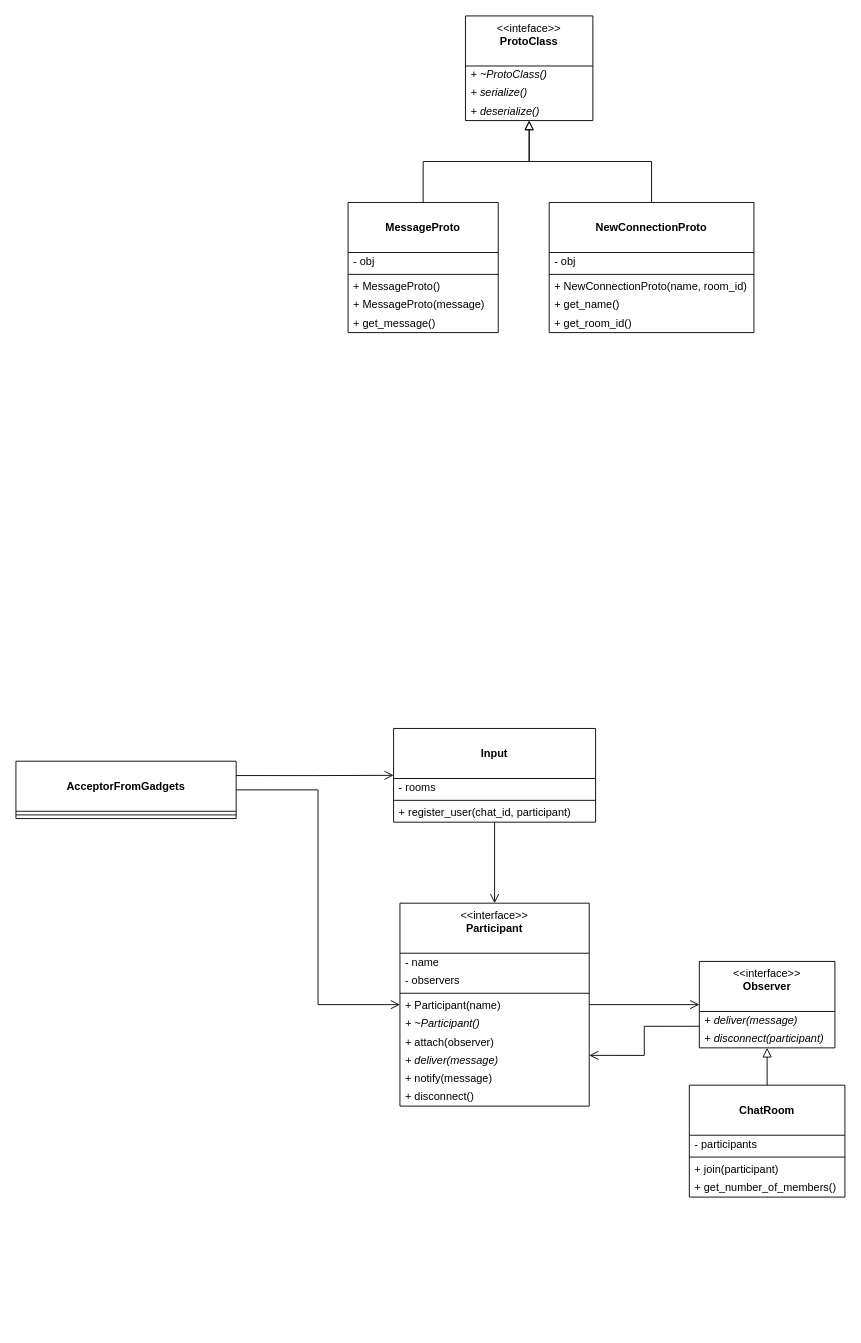
The draw.io diagram page "Server Code" (3 of 6) of Speaky.drawio in Foxyman-sama/Speaky, before the edit. Source tidied: cells renumbered, new cells numbered last; positions are measured from the earlier drawing's top-left corner, leaving out a move shared by most shapes. Both pictures are drawn from the tidied source at 91%, with x=0, y=0 at pixel (15, 15).
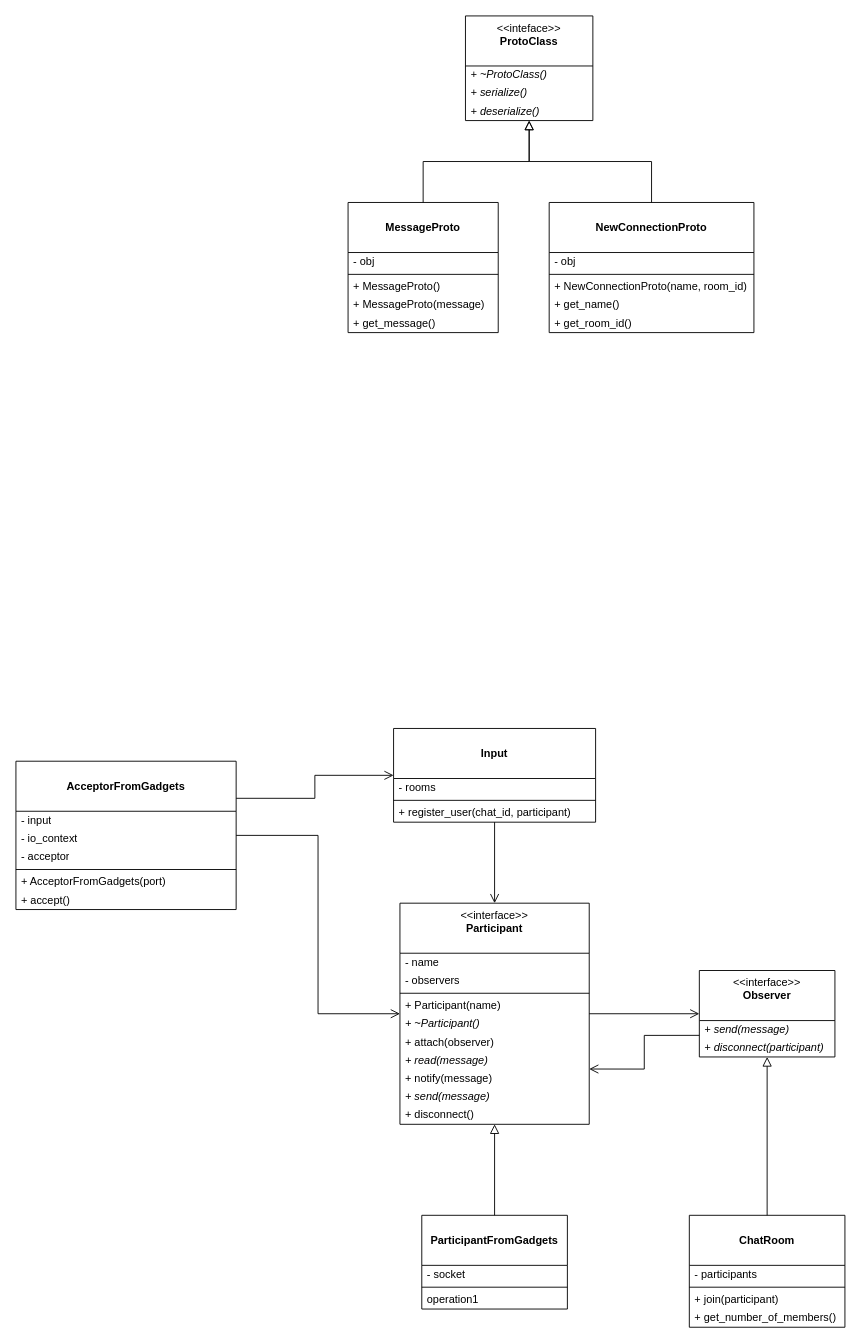
The same page after the edit.

Commit message (it also covers changes not shown here):
refactoring(acceptor_from_gadgets): make names more logical

What changed in the source:
```diff
@@
     <mxCell id="6" value="&lt;div&gt;&lt;b&gt;&lt;br&gt;&lt;/b&gt;&lt;/div&gt;&lt;b&gt;AcceptorFromGadgets&lt;/b&gt;&lt;br&gt;&lt;div&gt;&lt;br&gt;&lt;/div&gt;" style="swimlane;fontStyle=0;align=center;verticalAlign=top;horizontal=1;startSize=55;html=1;whiteSpace=wrap;" parent="1" vertex="1">
-      <mxGeometry y="819" width="242" height="63" as="geometry" />
+      <mxGeometry y="819" width="242" height="163" as="geometry" />
     </mxCell>
+    <mxCell id="53" value="- input" style="text;html=1;strokeColor=none;fillColor=none;align=left;verticalAlign=middle;spacingLeft=4;spacingRight=4;overflow=hidden;whiteSpace=wrap;" parent="6" vertex="1">
+      <mxGeometry y="55" width="242" height="20" as="geometry" />
+    </mxCell>
+    <mxCell id="54" value="- io_context" style="text;html=1;strokeColor=none;fillColor=none;align=left;verticalAlign=middle;spacingLeft=4;spacingRight=4;overflow=hidden;whiteSpace=wrap;" parent="6" vertex="1">
+      <mxGeometry y="75" width="242" height="20" as="geometry" />
+    </mxCell>
+    <mxCell id="55" value="- acceptor" style="text;html=1;strokeColor=none;fillColor=none;align=left;verticalAlign=middle;spacingLeft=4;spacingRight=4;overflow=hidden;whiteSpace=wrap;" parent="6" vertex="1">
+      <mxGeometry y="95" width="242" height="20" as="geometry" />
+    </mxCell>
     <mxCell id="7" style="line;strokeWidth=1;fillColor=none;align=left;verticalAlign=middle;spacingTop=-1;spacingLeft=3;spacingRight=3;labelPosition=right;" parent="6" vertex="1">
-      <mxGeometry y="55" width="242" height="8" as="geometry" />
+      <mxGeometry y="115" width="242" height="8" as="geometry" />
     </mxCell>
+    <mxCell id="56" value="+ AcceptorFromGadgets(port)" style="text;html=1;strokeColor=none;fillColor=none;align=left;verticalAlign=middle;spacingLeft=4;spacingRight=4;overflow=hidden;whiteSpace=wrap;" parent="6" vertex="1">
+      <mxGeometry y="123" width="242" height="20" as="geometry" />
+    </mxCell>
+    <mxCell id="57" value="+ accept()" style="text;html=1;strokeColor=none;fillColor=none;align=left;verticalAlign=middle;spacingLeft=4;spacingRight=4;overflow=hidden;whiteSpace=wrap;" parent="6" vertex="1">
+      <mxGeometry y="143" width="242" height="20" as="geometry" />
+    </mxCell>
     <mxCell id="8" value="&amp;lt;&amp;lt;interface&amp;gt;&amp;gt;&lt;br&gt;&lt;b&gt;Participant&lt;/b&gt;&lt;div&gt;&lt;br&gt;&lt;/div&gt;" style="swimlane;fontStyle=0;align=center;verticalAlign=top;horizontal=1;startSize=55;html=1;whiteSpace=wrap;" parent="1" vertex="1">
-      <mxGeometry x="422" y="975" width="208" height="223" as="geometry" />
+      <mxGeometry x="422" y="975" width="208" height="243" as="geometry" />
     </mxCell>
@@
-    <mxCell id="15" value="&lt;i&gt;+ deliver(message)&lt;/i&gt;" style="text;html=1;strokeColor=none;fillColor=none;align=left;verticalAlign=middle;spacingLeft=4;spacingRight=4;overflow=hidden;whiteSpace=wrap;" parent="8" vertex="1">
+    <mxCell id="15" value="&lt;i&gt;+ read(message)&lt;/i&gt;" style="text;html=1;strokeColor=none;fillColor=none;align=left;verticalAlign=middle;spacingLeft=4;spacingRight=4;overflow=hidden;whiteSpace=wrap;" parent="8" vertex="1">
       <mxGeometry y="163" width="208" height="20" as="geometry" />
     </mxCell>
@@
+    <mxCell id="58" value="&lt;i&gt;+ send(message)&lt;/i&gt;" style="text;html=1;strokeColor=none;fillColor=none;align=left;verticalAlign=middle;spacingLeft=4;spacingRight=4;overflow=hidden;whiteSpace=wrap;" parent="8" vertex="1">
+      <mxGeometry y="203" width="208" height="20" as="geometry" />
+    </mxCell>
     <mxCell id="17" value="+ disconnect()" style="text;html=1;strokeColor=none;fillColor=none;align=left;verticalAlign=middle;spacingLeft=4;spacingRight=4;overflow=hidden;whiteSpace=wrap;" parent="8" vertex="1">
-      <mxGeometry y="203" width="208" height="20" as="geometry" />
+      <mxGeometry y="223" width="208" height="20" as="geometry" />
     </mxCell>
@@
     <mxCell id="21" value="&lt;div&gt;&amp;lt;&amp;lt;interface&amp;gt;&amp;gt;&lt;/div&gt;&lt;div&gt;&lt;b&gt;Observer&lt;/b&gt;&lt;/div&gt;" style="swimlane;fontStyle=0;align=center;verticalAlign=top;horizontal=1;startSize=55;html=1;whiteSpace=wrap;" parent="1" vertex="1">
-      <mxGeometry x="751" y="1039" width="149" height="95" as="geometry" />
+      <mxGeometry x="751" y="1049" width="149" height="95" as="geometry" />
     </mxCell>
-    <mxCell id="22" value="&lt;i&gt;+ deliver(message)&lt;/i&gt;" style="text;html=1;strokeColor=none;fillColor=none;align=left;verticalAlign=middle;spacingLeft=4;spacingRight=4;overflow=hidden;whiteSpace=wrap;" parent="21" vertex="1">
+    <mxCell id="22" value="&lt;i&gt;+ send(message)&lt;/i&gt;" style="text;html=1;strokeColor=none;fillColor=none;align=left;verticalAlign=middle;spacingLeft=4;spacingRight=4;overflow=hidden;whiteSpace=wrap;" parent="21" vertex="1">
       <mxGeometry y="55" width="149" height="20" as="geometry" />
     </mxCell>
@@
     <mxCell id="25" value="&lt;div&gt;&lt;b&gt;&lt;br&gt;&lt;/b&gt;&lt;/div&gt;&lt;b&gt;ChatRoom&lt;/b&gt;&lt;div&gt;&lt;br&gt;&lt;/div&gt;" style="swimlane;fontStyle=0;align=center;verticalAlign=top;horizontal=1;startSize=55;html=1;whiteSpace=wrap;" parent="1" vertex="1">
-      <mxGeometry x="740" y="1175" width="171" height="123" as="geometry" />
+      <mxGeometry x="740" y="1318" width="171" height="123" as="geometry" />
     </mxCell>
@@
+    <mxCell id="59" value="&lt;div&gt;&lt;b&gt;&lt;br&gt;&lt;/b&gt;&lt;/div&gt;&lt;b&gt;ParticipantFromGadgets&lt;/b&gt;&lt;br&gt;&lt;div&gt;&lt;br&gt;&lt;/div&gt;" style="swimlane;fontStyle=0;align=center;verticalAlign=top;horizontal=1;startSize=55;html=1;whiteSpace=wrap;" parent="1" vertex="1">
+      <mxGeometry x="446" y="1318" width="160" height="103" as="geometry" />
+    </mxCell>
+    <mxCell id="60" value="- socket" style="text;html=1;strokeColor=none;fillColor=none;align=left;verticalAlign=middle;spacingLeft=4;spacingRight=4;overflow=hidden;whiteSpace=wrap;" parent="59" vertex="1">
+      <mxGeometry y="55" width="160" height="20" as="geometry" />
+    </mxCell>
+    <mxCell id="61" style="line;strokeWidth=1;fillColor=none;align=left;verticalAlign=middle;spacingTop=-1;spacingLeft=3;spacingRight=3;labelPosition=right;" parent="59" vertex="1">
+      <mxGeometry y="75" width="160" height="8" as="geometry" />
+    </mxCell>
+    <mxCell id="62" value="operation1" style="text;html=1;strokeColor=none;fillColor=none;align=left;verticalAlign=middle;spacingLeft=4;spacingRight=4;overflow=hidden;whiteSpace=wrap;" parent="59" vertex="1">
+      <mxGeometry y="83" width="160" height="20" as="geometry" />
+    </mxCell>
+    <mxCell id="63" style="endArrow=block;html=1;rounded=0;align=center;verticalAlign=bottom;endFill=0;labelBackgroundColor=none;endSize=8;edgeStyle=orthogonalEdgeStyle;exitX=0.5;exitY=0;exitDx=0;exitDy=0;entryX=0.5;entryY=1;entryDx=0;entryDy=0;" parent="1" edge="1" source="59" target="8">
+      <mxGeometry relative="1" as="geometry" />
+    </mxCell>
+    <mxCell id="64" style="html=1;align=center;verticalAlign=top;labelBackgroundColor=none;" parent="63" vertex="1">
+      <mxGeometry relative="1" as="geometry" />
+    </mxCell>
```
